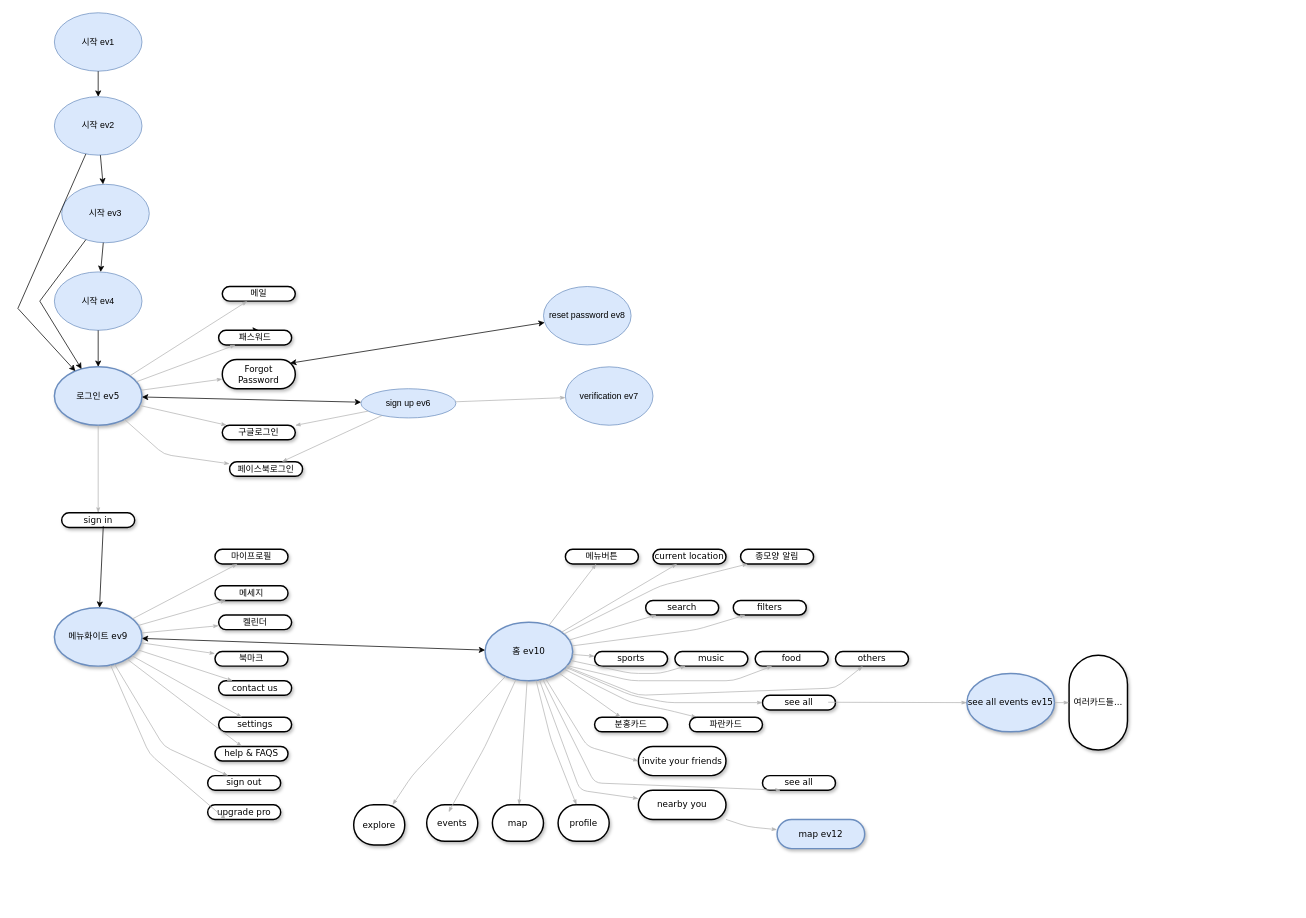
Before: 제목 없는 다이어그램.drawio in kook1488/eventapp, a draw.io diagram. Source tidied: cells renumbered, new cells numbered last; positions are measured from the earlier drawing's top-left corner, leaving out a move shared by most shapes. Both pictures are drawn from the tidied source at 73%, with x=0, y=0 at pixel (18, 12).
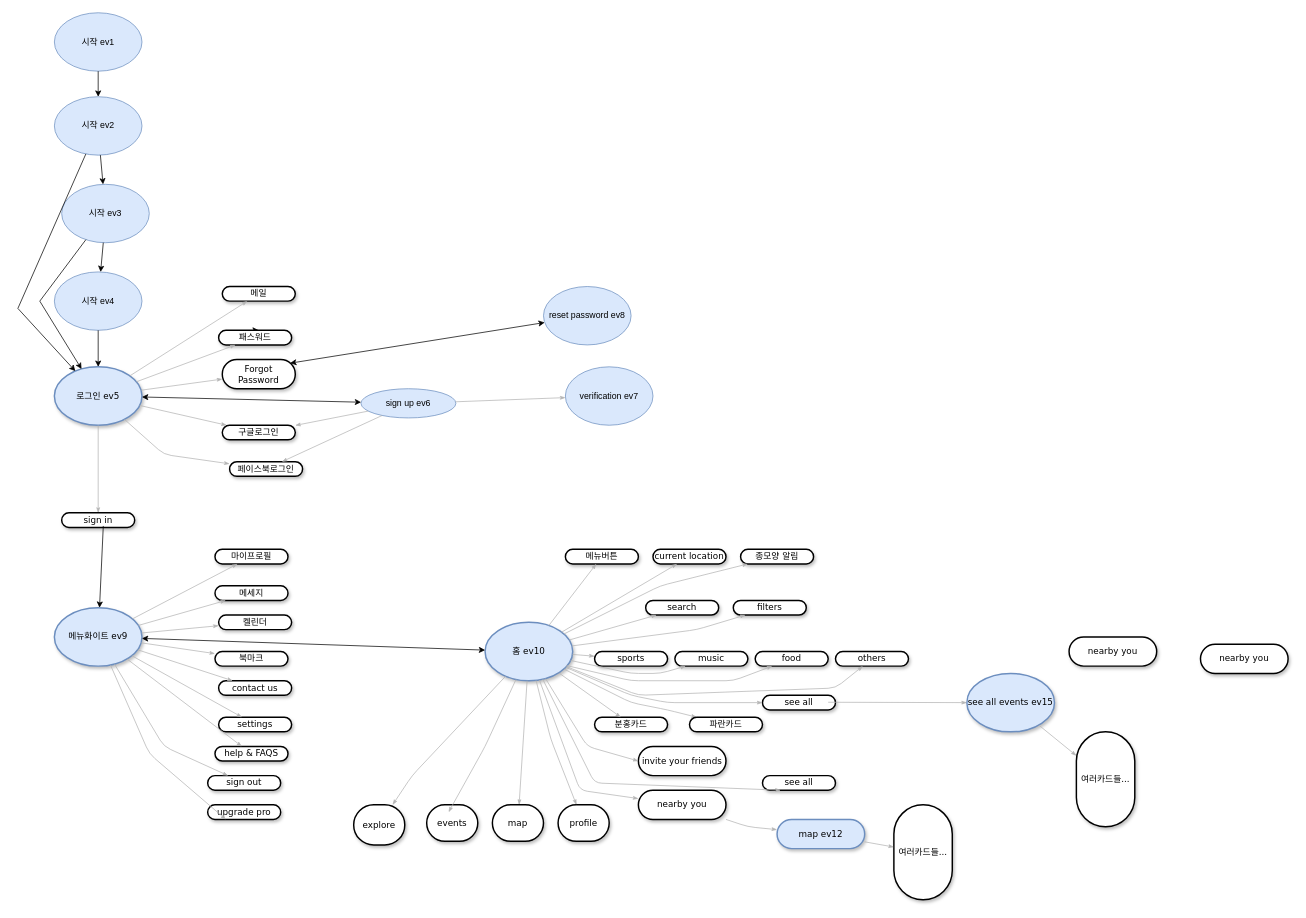
After the change.

Commit message (it also covers changes not shown here):
제목 없는 다이어그램.drawio 업데이트

Unchanged cells that the change refers to:
```xml
<mxCell id="94" value="map ev12" style="whiteSpace=wrap;html=1;rounded=1;shadow=1;comic=0;labelBackgroundColor=none;strokeWidth=2;fontFamily=Verdana;fontSize=12;align=center;arcSize=50;fillColor=#dae8fc;strokeColor=#6c8ebf;" parent="1" vertex="1">
  <mxGeometry x="1040" y="1105" width="120" height="40" as="geometry" />
</mxCell>
```

Change to the diagram source:
```diff
@@
     <mxCell id="98" value="여러카드들..." style="whiteSpace=wrap;html=1;rounded=1;shadow=1;comic=0;labelBackgroundColor=none;strokeWidth=2;fontFamily=Verdana;fontSize=12;align=center;arcSize=50;" parent="1" vertex="1">
-      <mxGeometry x="1440" y="880" width="80" height="130" as="geometry" />
+      <mxGeometry x="1450" y="985" width="80" height="130" as="geometry" />
     </mxCell>
@@
+    <mxCell id="100" value="nearby you" style="whiteSpace=wrap;html=1;rounded=1;shadow=1;comic=0;labelBackgroundColor=none;strokeWidth=2;fontFamily=Verdana;fontSize=12;align=center;arcSize=50;" parent="1" vertex="1">
+      <mxGeometry x="1440" y="855" width="120" height="40" as="geometry" />
+    </mxCell>
+    <mxCell id="101" value="nearby you" style="whiteSpace=wrap;html=1;rounded=1;shadow=1;comic=0;labelBackgroundColor=none;strokeWidth=2;fontFamily=Verdana;fontSize=12;align=center;arcSize=50;" parent="1" vertex="1">
+      <mxGeometry x="1620" y="865" width="120" height="40" as="geometry" />
+    </mxCell>
+    <mxCell id="102" value="여러카드들..." style="whiteSpace=wrap;html=1;rounded=1;shadow=1;comic=0;labelBackgroundColor=none;strokeWidth=2;fontFamily=Verdana;fontSize=12;align=center;arcSize=50;" parent="1" vertex="1">
+      <mxGeometry x="1200" y="1085" width="80" height="130" as="geometry" />
+    </mxCell>
+    <mxCell id="103" style="edgeStyle=none;rounded=1;html=1;labelBackgroundColor=none;startArrow=none;startFill=0;startSize=5;endArrow=classicThin;endFill=1;endSize=5;jettySize=auto;strokeColor=#B3B3B3;strokeWidth=1;fontFamily=Verdana;fontSize=12;" parent="1" edge="1" source="94" target="102">
+      <mxGeometry relative="1" as="geometry" />
+    </mxCell>
```
